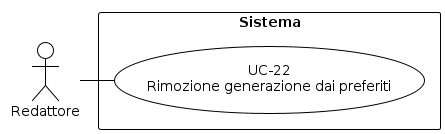
The PlantUML diagram RTB/Analisi dei Requisiti/diagrammi_use_case/UC-22.png in aLittleByte-19/Documentazione, before a commit. Its diagram source:
```plantuml
@startuml
!theme plain
skinparam usecase {
  BackgroundColor white
  BorderColor black
}
skinparam actor {
  BackgroundColor white
  BorderColor black
}
skinparam rectangle {
  BackgroundColor white
  BorderColor black
}
top to bottom direction
actor "Redattore" as R
rectangle "Sistema" {
  usecase "UC-22\nRimozione generazione dai preferiti" as UC22
  R - UC22
}
@enduml
```
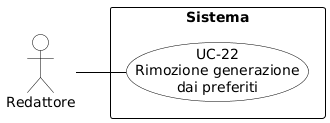
The same file after the commit.

The edit, as a diff of the source:
```diff
@@ -1,21 +1,29 @@
 @startuml
-!theme plain
+skinparam shadowing false
+skinparam defaultFontName Arial
+left to right direction
+skinparam nodesep 15
+skinparam ranksep 50
+
 skinparam usecase {
-  BackgroundColor white
-  BorderColor black
+    BackgroundColor white
+    BorderColor black
+    ArrowColor black
 }
 skinparam actor {
-  BackgroundColor white
-  BorderColor black
+    BackgroundColor white
+    BorderColor black
 }
 skinparam rectangle {
-  BackgroundColor white
-  BorderColor black
+    BorderColor black
+    FontStyle bold
 }
-top to bottom direction
+
 actor "Redattore" as R
+
 rectangle "Sistema" {
-  usecase "UC-22\nRimozione generazione dai preferiti" as UC22
-  R - UC22
+    usecase "UC-22\nRimozione generazione\ndai preferiti" as UC22
 }
+
+R -- UC22
 @enduml
```
